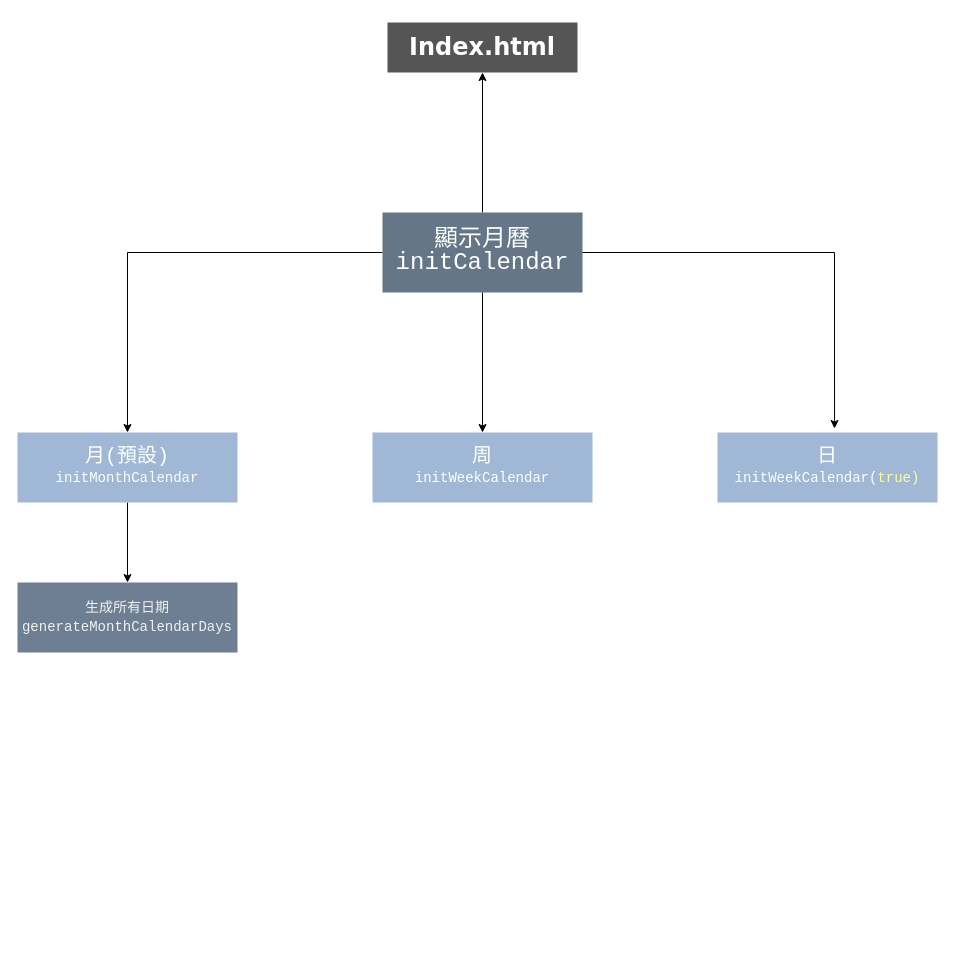
Before: Calendar.drawio in SonicHsu/CalendarApp, a draw.io diagram. Source tidied: cells renumbered, new cells numbered last; positions are measured from the earlier drawing's top-left corner, leaving out a move shared by most shapes. Both pictures are drawn from the tidied source at 100%, with x=0, y=0 at pixel (17, 22).
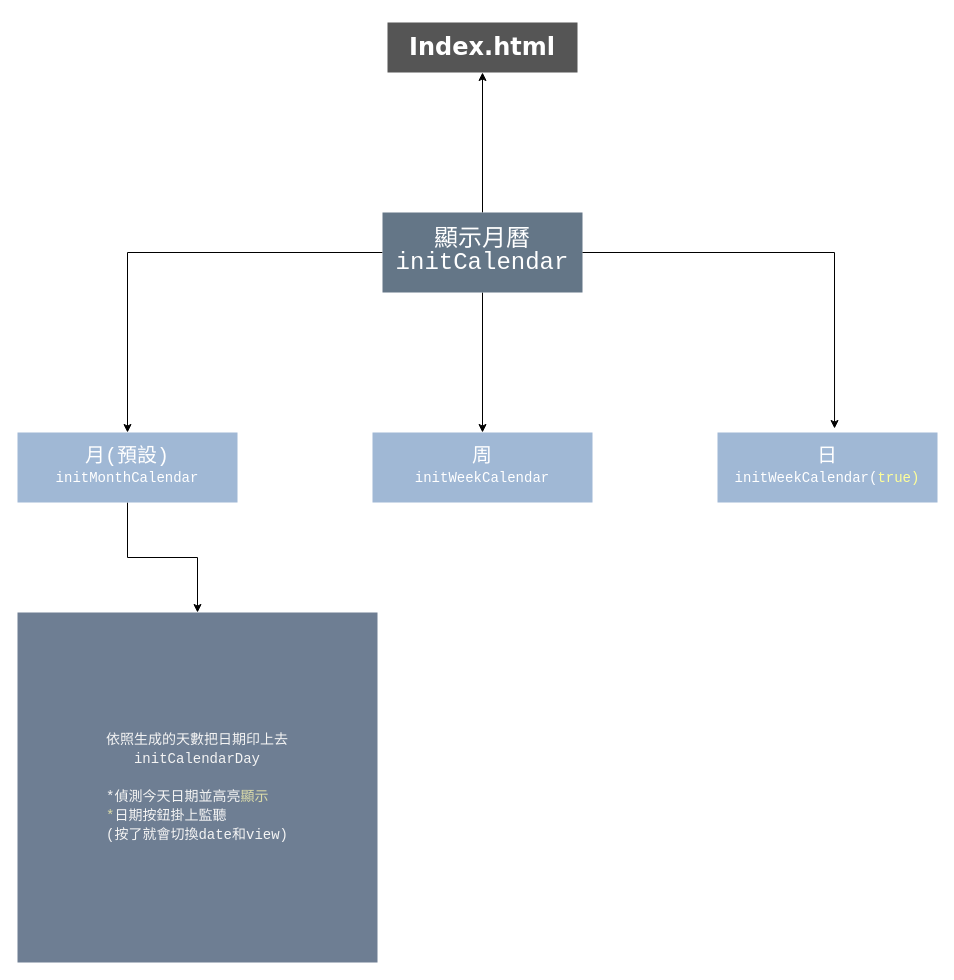
The same diagram, later.

Change to the diagram source:
```diff
@@
 <mxGraphModel>
   <root>
     <mxCell id="0" />
     <mxCell id="1" parent="0" />
     <mxCell id="2" value="&lt;h1&gt;&lt;font face=&quot;Verdana&quot;&gt;Index.html&lt;/font&gt;&lt;/h1&gt;" style="rounded=0;whiteSpace=wrap;html=1;fillColor=#555555;strokeColor=none;fontColor=#FFFFFF;" parent="1" vertex="1">
       <mxGeometry x="370" width="190" height="50" as="geometry" />
     </mxCell>
     <mxCell id="3" style="edgeStyle=orthogonalEdgeStyle;rounded=0;jettySize=auto;html=1;entryX=0.5;entryY=1;entryDx=0;entryDy=0;" parent="1" edge="1" source="6" target="2">
       <mxGeometry relative="1" as="geometry" />
     </mxCell>
     <mxCell id="4" style="edgeStyle=orthogonalEdgeStyle;rounded=0;jettySize=auto;html=1;entryX=0.5;entryY=0;entryDx=0;entryDy=0;" parent="1" edge="1" source="6" target="8">
       <mxGeometry relative="1" as="geometry" />
     </mxCell>
     <mxCell id="5" style="edgeStyle=orthogonalEdgeStyle;rounded=0;jettySize=auto;html=1;entryX=0.5;entryY=0;entryDx=0;entryDy=0;" parent="1" edge="1" source="6" target="9">
       <mxGeometry relative="1" as="geometry" />
     </mxCell>
     <mxCell id="6" value="&lt;div style=&quot;font-family: Consolas, &amp;quot;Courier New&amp;quot;, monospace; line-height: 19px; white-space: pre;&quot;&gt;&lt;span style=&quot;font-size: 24px;&quot;&gt;顯示月曆&lt;/span&gt;&lt;/div&gt;&lt;div style=&quot;font-family: Consolas, &amp;quot;Courier New&amp;quot;, monospace; line-height: 19px; white-space: pre;&quot;&gt;&lt;font style=&quot;color: rgb(255, 255, 255); font-size: 24px;&quot;&gt;initCalendar&lt;/font&gt;&lt;/div&gt;" style="rounded=0;whiteSpace=wrap;html=1;fillColor=#647687;strokeColor=none;fontColor=#ffffff;" parent="1" vertex="1">
       <mxGeometry x="365" y="190" width="200" height="80" as="geometry" />
     </mxCell>
-    <mxCell id="7" style="edgeStyle=orthogonalEdgeStyle;rounded=0;jettySize=auto;html=1;entryX=0.5;entryY=0;entryDx=0;entryDy=0;" parent="1" edge="1" source="8" target="12">
-      <mxGeometry relative="1" as="geometry" />
-    </mxCell>
+    <mxCell id="13" style="edgeStyle=orthogonalEdgeStyle;rounded=0;jettySize=auto;html=1;entryX=0.5;entryY=0;entryDx=0;entryDy=0;" parent="1" edge="1" source="8" target="14">
+      <mxGeometry relative="1" as="geometry" />
+    </mxCell>
     <mxCell id="8" value="&lt;div style=&quot;font-family: Consolas, &amp;quot;Courier New&amp;quot;, monospace; line-height: 19px; white-space: pre;&quot;&gt;&lt;font style=&quot;font-size: 20px; color: rgb(255, 255, 255);&quot;&gt;月(預設)&lt;/font&gt;&lt;/div&gt;&lt;div style=&quot;font-family: Consolas, &amp;quot;Courier New&amp;quot;, monospace; line-height: 19px; white-space: pre;&quot;&gt;&lt;div style=&quot;font-size: 14px; line-height: 19px;&quot;&gt;&lt;span&gt;&lt;font style=&quot;color: rgb(255, 255, 255);&quot;&gt;initMonthCalendar&lt;/font&gt;&lt;/span&gt;&lt;/div&gt;&lt;/div&gt;" style="rounded=0;whiteSpace=wrap;html=1;fillColor=#A0B8D5;strokeColor=none;fontColor=#ffffff;strokeWidth=1;" parent="1" vertex="1">
       <mxGeometry y="410" width="220" height="70" as="geometry" />
     </mxCell>
     <mxCell id="9" value="&lt;div style=&quot;font-family: Consolas, &amp;quot;Courier New&amp;quot;, monospace; line-height: 19px; white-space: pre;&quot;&gt;&lt;span style=&quot;font-size: 20px;&quot;&gt;&lt;font style=&quot;&quot;&gt;周&lt;/font&gt;&lt;/span&gt;&lt;/div&gt;&lt;div style=&quot;font-family: Consolas, &amp;quot;Courier New&amp;quot;, monospace; line-height: 19px; white-space: pre;&quot;&gt;&lt;div style=&quot;font-size: 14px; line-height: 19px;&quot;&gt;&lt;div style=&quot;line-height: 19px;&quot;&gt;&lt;span&gt;&lt;font style=&quot;color: rgb(255, 255, 255);&quot;&gt;initWeekCalendar&lt;/font&gt;&lt;/span&gt;&lt;/div&gt;&lt;/div&gt;&lt;/div&gt;" style="rounded=0;whiteSpace=wrap;html=1;fillColor=#A0B8D5;strokeColor=none;fontColor=#ffffff;strokeWidth=1;" parent="1" vertex="1">
       <mxGeometry x="355" y="410" width="220" height="70" as="geometry" />
     </mxCell>
     <mxCell id="10" value="&lt;div style=&quot;font-family: Consolas, &amp;quot;Courier New&amp;quot;, monospace; line-height: 19px; white-space: pre;&quot;&gt;&lt;span style=&quot;font-size: 20px;&quot;&gt;日&lt;/span&gt;&lt;/div&gt;&lt;div style=&quot;font-family: Consolas, &amp;quot;Courier New&amp;quot;, monospace; line-height: 19px; white-space: pre;&quot;&gt;&lt;div style=&quot;font-size: 14px; line-height: 19px;&quot;&gt;&lt;div style=&quot;line-height: 19px;&quot;&gt;&lt;span&gt;&lt;font style=&quot;color: rgb(255, 255, 255);&quot;&gt;initWeekCalendar(&lt;/font&gt;&lt;/span&gt;&lt;span&gt;&lt;font style=&quot;color: rgb(255, 255, 153);&quot;&gt;true)&lt;/font&gt;&lt;/span&gt;&lt;/div&gt;&lt;/div&gt;&lt;/div&gt;" style="rounded=0;whiteSpace=wrap;html=1;fillColor=#A0B8D5;strokeColor=none;fontColor=#ffffff;strokeWidth=1;" parent="1" vertex="1">
       <mxGeometry x="700" y="410" width="220" height="70" as="geometry" />
     </mxCell>
     <mxCell id="11" style="edgeStyle=orthogonalEdgeStyle;rounded=0;jettySize=auto;html=1;entryX=0.532;entryY=-0.057;entryDx=0;entryDy=0;entryPerimeter=0;" parent="1" edge="1" source="6" target="10">
       <mxGeometry relative="1" as="geometry" />
     </mxCell>
-    <mxCell id="12" value="&lt;div style=&quot;font-family: Consolas, &amp;quot;Courier New&amp;quot;, monospace; line-height: 19px; white-space: pre;&quot;&gt;&lt;div style=&quot;font-size: 14px; line-height: 19px;&quot;&gt;&lt;span&gt;&lt;font style=&quot;color: rgb(241, 241, 241);&quot;&gt;生成所有日期&lt;br/&gt;generateMonthCalendarDays&lt;/font&gt;&lt;/span&gt;&lt;/div&gt;&lt;/div&gt;" style="rounded=0;whiteSpace=wrap;html=1;fillColor=#6E7E93;strokeColor=none;fontColor=#ffffff;strokeWidth=1;" parent="1" vertex="1">
-      <mxGeometry y="560" width="220" height="70" as="geometry" />
-    </mxCell>
+    <mxCell id="14" value="&lt;div style=&quot;font-family: Consolas, &amp;quot;Courier New&amp;quot;, monospace; line-height: 19px; white-space: pre;&quot;&gt;&lt;div style=&quot;font-size: 14px; line-height: 19px;&quot;&gt;&lt;font style=&quot;color: rgb(244, 244, 244);&quot;&gt;依照生成的天數把日期印上去&lt;/font&gt;&lt;/div&gt;&lt;div style=&quot;font-size: 14px; line-height: 19px;&quot;&gt;&lt;div style=&quot;line-height: 19px;&quot;&gt;&lt;span&gt;&lt;font style=&quot;color: rgb(244, 244, 244);&quot;&gt;initCalendarDay&lt;/font&gt;&lt;/span&gt;&lt;/div&gt;&lt;div style=&quot;line-height: 19px; color: rgb(204, 204, 204);&quot;&gt;&lt;span style=&quot;color: rgb(220, 220, 170);&quot;&gt;&lt;font style=&quot;color: rgb(244, 244, 244);&quot;&gt;&lt;br&gt;&lt;/font&gt;&lt;/span&gt;&lt;/div&gt;&lt;div style=&quot;text-align: left; line-height: 19px; color: rgb(204, 204, 204);&quot;&gt;&lt;span&gt;&lt;font style=&quot;color: rgb(244, 244, 244);&quot;&gt;&lt;font&gt;*偵測今天日期並高亮&lt;/font&gt;&lt;span style=&quot;color: rgb(220, 220, 170);&quot;&gt;顯示&lt;/span&gt;&lt;/font&gt;&lt;/span&gt;&lt;/div&gt;&lt;div style=&quot;text-align: left; line-height: 19px;&quot;&gt;&lt;font style=&quot;color: rgb(244, 244, 244);&quot;&gt;&lt;span style=&quot;color: rgb(220, 220, 170);&quot;&gt;*&lt;/span&gt;日期按鈕掛上監聽&lt;/font&gt;&lt;/div&gt;&lt;div style=&quot;text-align: left; line-height: 19px;&quot;&gt;&lt;font style=&quot;color: rgb(244, 244, 244);&quot;&gt;(按了就會切換date和view)&lt;/font&gt;&lt;/div&gt;&lt;/div&gt;&lt;/div&gt;" style="rounded=0;whiteSpace=wrap;html=1;fillColor=#6E7E93;strokeColor=none;fontColor=#ffffff;strokeWidth=1;" parent="1" vertex="1">
+      <mxGeometry y="590" width="360" height="350" as="geometry" />
+    </mxCell>
   </root>
 </mxGraphModel>
```
